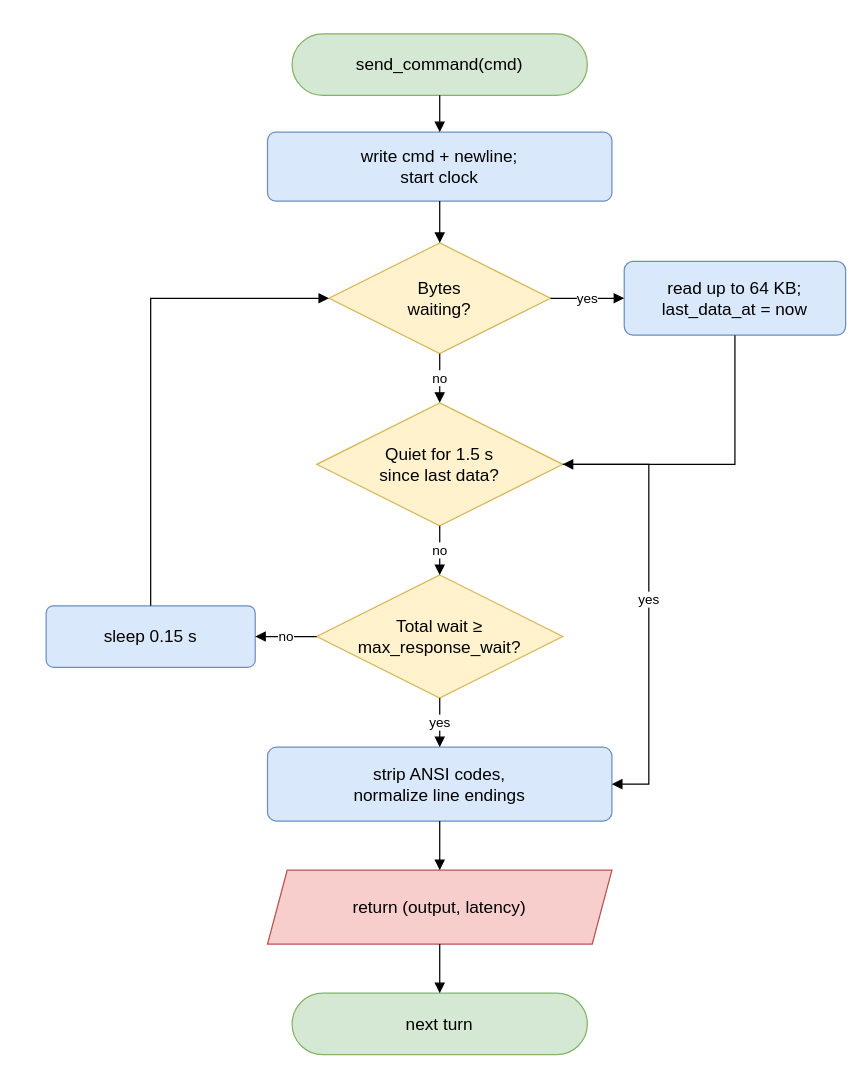
Before: report/diagrams/d19_drain_algorithm.drawio in parthkansal823/Honeypot_RedTeaming-paper, a draw.io diagram. Source tidied: cells renumbered, new cells numbered last; positions are measured from the earlier drawing's top-left corner, leaving out a move shared by most shapes. Both pictures are drawn from the tidied source at 123%, with x=0, y=0 at pixel (46, 33).
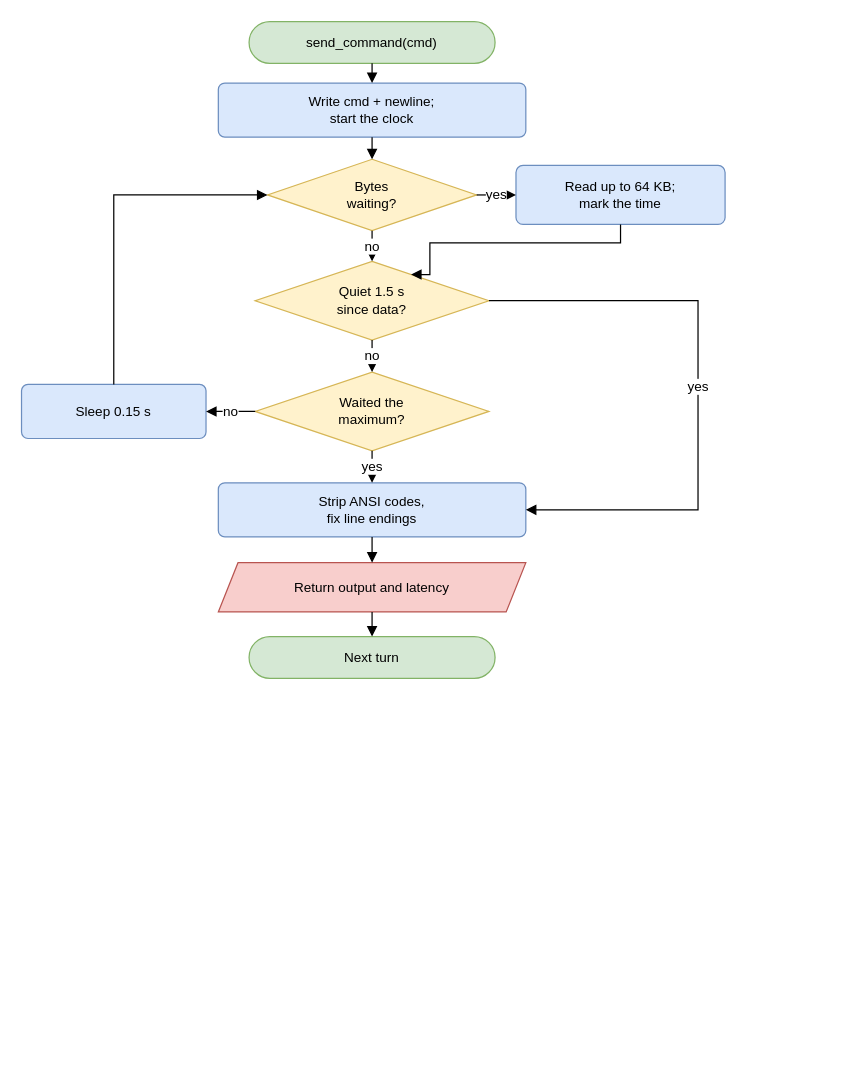
Above is the later version.

The edit, as a diff of the source:
```diff
@@
-    <mxCell id="2" value="send_command(cmd)" style="rounded=1;arcSize=50;whiteSpace=wrap;html=1;fillColor=#D5E8D4;strokeColor=#82B366;fontFamily=Arial;fontSize=14;" parent="1" vertex="1">
-      <mxGeometry x="200" width="240" height="50" as="geometry" />
+    <mxCell id="2" value="send_command(cmd)" style="rounded=1;arcSize=50;whiteSpace=wrap;html=1;fillColor=#D5E8D4;strokeColor=#82B366;fontFamily=Arial;fontSize=11;" parent="1" vertex="1">
+      <mxGeometry x="165" y="-10" width="200" height="34" as="geometry" />
     </mxCell>
-    <mxCell id="3" value="write cmd + newline;&lt;br&gt;start clock" style="rounded=1;arcSize=12;whiteSpace=wrap;html=1;fillColor=#DAE8FC;strokeColor=#6C8EBF;fontFamily=Arial;fontSize=14;" parent="1" vertex="1">
-      <mxGeometry x="180" y="80" width="280" height="56" as="geometry" />
+    <mxCell id="3" value="Write cmd + newline;&lt;br&gt;start the clock" style="rounded=1;arcSize=12;whiteSpace=wrap;html=1;fillColor=#DAE8FC;strokeColor=#6C8EBF;fontFamily=Arial;fontSize=11;" parent="1" vertex="1">
+      <mxGeometry x="140" y="40" width="250" height="44" as="geometry" />
     </mxCell>
-    <mxCell id="4" value="Bytes&lt;br&gt;waiting?" style="rhombus;whiteSpace=wrap;html=1;fillColor=#FFF2CC;strokeColor=#D6B656;fontFamily=Arial;fontSize=14;" parent="1" vertex="1">
-      <mxGeometry x="230" y="170" width="180" height="90" as="geometry" />
+    <mxCell id="4" value="Bytes&lt;br&gt;waiting?" style="rhombus;whiteSpace=wrap;html=1;fillColor=#FFF2CC;strokeColor=#D6B656;fontFamily=Arial;fontSize=11;" parent="1" vertex="1">
+      <mxGeometry x="180" y="102" width="170" height="58" as="geometry" />
     </mxCell>
-    <mxCell id="5" value="read up to 64 KB;&lt;br&gt;last_data_at = now" style="rounded=1;arcSize=12;whiteSpace=wrap;html=1;fillColor=#DAE8FC;strokeColor=#6C8EBF;fontFamily=Arial;fontSize=14;" parent="1" vertex="1">
-      <mxGeometry x="470" y="185" width="180" height="60" as="geometry" />
+    <mxCell id="5" value="Read up to 64 KB;&lt;br&gt;mark the time" style="rounded=1;arcSize=12;whiteSpace=wrap;html=1;fillColor=#DAE8FC;strokeColor=#6C8EBF;fontFamily=Arial;fontSize=11;" parent="1" vertex="1">
+      <mxGeometry x="382" y="107" width="170" height="48" as="geometry" />
     </mxCell>
-    <mxCell id="6" value="Quiet for 1.5 s&lt;br&gt;since last data?" style="rhombus;whiteSpace=wrap;html=1;fillColor=#FFF2CC;strokeColor=#D6B656;fontFamily=Arial;fontSize=14;" parent="1" vertex="1">
-      <mxGeometry x="220" y="300" width="200" height="100" as="geometry" />
+    <mxCell id="6" value="Quiet 1.5 s&lt;br&gt;since data?" style="rhombus;whiteSpace=wrap;html=1;fillColor=#FFF2CC;strokeColor=#D6B656;fontFamily=Arial;fontSize=11;" parent="1" vertex="1">
+      <mxGeometry x="170" y="185" width="190" height="64" as="geometry" />
     </mxCell>
-    <mxCell id="7" value="Total wait ≥&lt;br&gt;max_response_wait?" style="rhombus;whiteSpace=wrap;html=1;fillColor=#FFF2CC;strokeColor=#D6B656;fontFamily=Arial;fontSize=14;" parent="1" vertex="1">
-      <mxGeometry x="220" y="440" width="200" height="100" as="geometry" />
+    <mxCell id="7" value="Waited the&lt;br&gt;maximum?" style="rhombus;whiteSpace=wrap;html=1;fillColor=#FFF2CC;strokeColor=#D6B656;fontFamily=Arial;fontSize=11;" parent="1" vertex="1">
+      <mxGeometry x="170" y="275" width="190" height="64" as="geometry" />
     </mxCell>
-    <mxCell id="8" value="sleep 0.15 s" style="rounded=1;arcSize=12;whiteSpace=wrap;html=1;fillColor=#DAE8FC;strokeColor=#6C8EBF;fontFamily=Arial;fontSize=14;" parent="1" vertex="1">
-      <mxGeometry y="465" width="170" height="50" as="geometry" />
+    <mxCell id="8" value="Sleep 0.15 s" style="rounded=1;arcSize=12;whiteSpace=wrap;html=1;fillColor=#DAE8FC;strokeColor=#6C8EBF;fontFamily=Arial;fontSize=11;" parent="1" vertex="1">
+      <mxGeometry x="-20" y="285" width="150" height="44" as="geometry" />
     </mxCell>
-    <mxCell id="9" value="strip ANSI codes,&lt;br&gt;normalize line endings" style="rounded=1;arcSize=12;whiteSpace=wrap;html=1;fillColor=#DAE8FC;strokeColor=#6C8EBF;fontFamily=Arial;fontSize=14;" parent="1" vertex="1">
-      <mxGeometry x="180" y="580" width="280" height="60" as="geometry" />
+    <mxCell id="9" value="Strip ANSI codes,&lt;br&gt;fix line endings" style="rounded=1;arcSize=12;whiteSpace=wrap;html=1;fillColor=#DAE8FC;strokeColor=#6C8EBF;fontFamily=Arial;fontSize=11;" parent="1" vertex="1">
+      <mxGeometry x="140" y="365" width="250" height="44" as="geometry" />
     </mxCell>
-    <mxCell id="10" value="return (output, latency)" style="shape=parallelogram;perimeter=parallelogramPerimeter;fixedSize=1;size=16;whiteSpace=wrap;html=1;fillColor=#F8CECC;strokeColor=#B85450;fontFamily=Arial;fontSize=14;" parent="1" vertex="1">
-      <mxGeometry x="180" y="680" width="280" height="60" as="geometry" />
+    <mxCell id="10" value="Return output and latency" style="shape=parallelogram;perimeter=parallelogramPerimeter;fixedSize=1;size=16;whiteSpace=wrap;html=1;fillColor=#F8CECC;strokeColor=#B85450;fontFamily=Arial;fontSize=11;" parent="1" vertex="1">
+      <mxGeometry x="140" y="430" width="250" height="40" as="geometry" />
     </mxCell>
-    <mxCell id="11" value="next turn" style="rounded=1;arcSize=50;whiteSpace=wrap;html=1;fillColor=#D5E8D4;strokeColor=#82B366;fontFamily=Arial;fontSize=14;" parent="1" vertex="1">
-      <mxGeometry x="200" y="780" width="240" height="50" as="geometry" />
+    <mxCell id="11" value="Next turn" style="rounded=1;arcSize=50;whiteSpace=wrap;html=1;fillColor=#D5E8D4;strokeColor=#82B366;fontFamily=Arial;fontSize=11;" parent="1" vertex="1">
+      <mxGeometry x="165" y="490" width="200" height="34" as="geometry" />
     </mxCell>
@@
-    <mxCell id="15" style="edgeStyle=orthogonalEdgeStyle;rounded=0;html=1;endArrow=block;endFill=1;exitX=0.5;exitY=1;exitDx=0;exitDy=0;entryX=1;entryY=0.5;entryDx=0;entryDy=0;fontFamily=Arial;fontSize=11;labelBackgroundColor=#FFFFFF;" parent="1" edge="1" source="5" target="6">
+    <mxCell id="15" style="edgeStyle=orthogonalEdgeStyle;rounded=0;html=1;endArrow=block;endFill=1;exitX=0.5;exitY=1;exitDx=0;exitDy=0;entryX=0.75;entryY=0;entryDx=0;entryDy=0;fontFamily=Arial;fontSize=11;labelBackgroundColor=#FFFFFF;" parent="1" edge="1" source="5" target="6">
       <mxGeometry relative="1" as="geometry">
         <Array as="points">
-          <mxPoint x="560" y="350" />
+          <mxPoint x="467" y="170" />
+          <mxPoint x="312" y="170" />
         </Array>
       </mxGeometry>
     </mxCell>
@@
     <mxCell id="17" value="yes" style="edgeStyle=orthogonalEdgeStyle;rounded=0;html=1;endArrow=block;endFill=1;exitX=1;exitY=0.5;exitDx=0;exitDy=0;entryX=1;entryY=0.5;entryDx=0;entryDy=0;fontFamily=Arial;fontSize=11;labelBackgroundColor=#FFFFFF;" parent="1" edge="1" source="6" target="9">
       <mxGeometry relative="1" as="geometry">
         <Array as="points">
-          <mxPoint x="490" y="350" />
-          <mxPoint x="490" y="610" />
+          <mxPoint x="530" y="217" />
+          <mxPoint x="530" y="387" />
         </Array>
       </mxGeometry>
     </mxCell>
@@
     <mxCell id="21" style="edgeStyle=orthogonalEdgeStyle;rounded=0;html=1;endArrow=block;endFill=1;exitX=0.5;exitY=0;exitDx=0;exitDy=0;entryX=0;entryY=0.5;entryDx=0;entryDy=0;fontFamily=Arial;fontSize=11;labelBackgroundColor=#FFFFFF;" parent="1" edge="1" source="8" target="4">
       <mxGeometry relative="1" as="geometry">
         <Array as="points">
-          <mxPoint x="85" y="215" />
+          <mxPoint x="55" y="131" />
         </Array>
       </mxGeometry>
     </mxCell>
```
